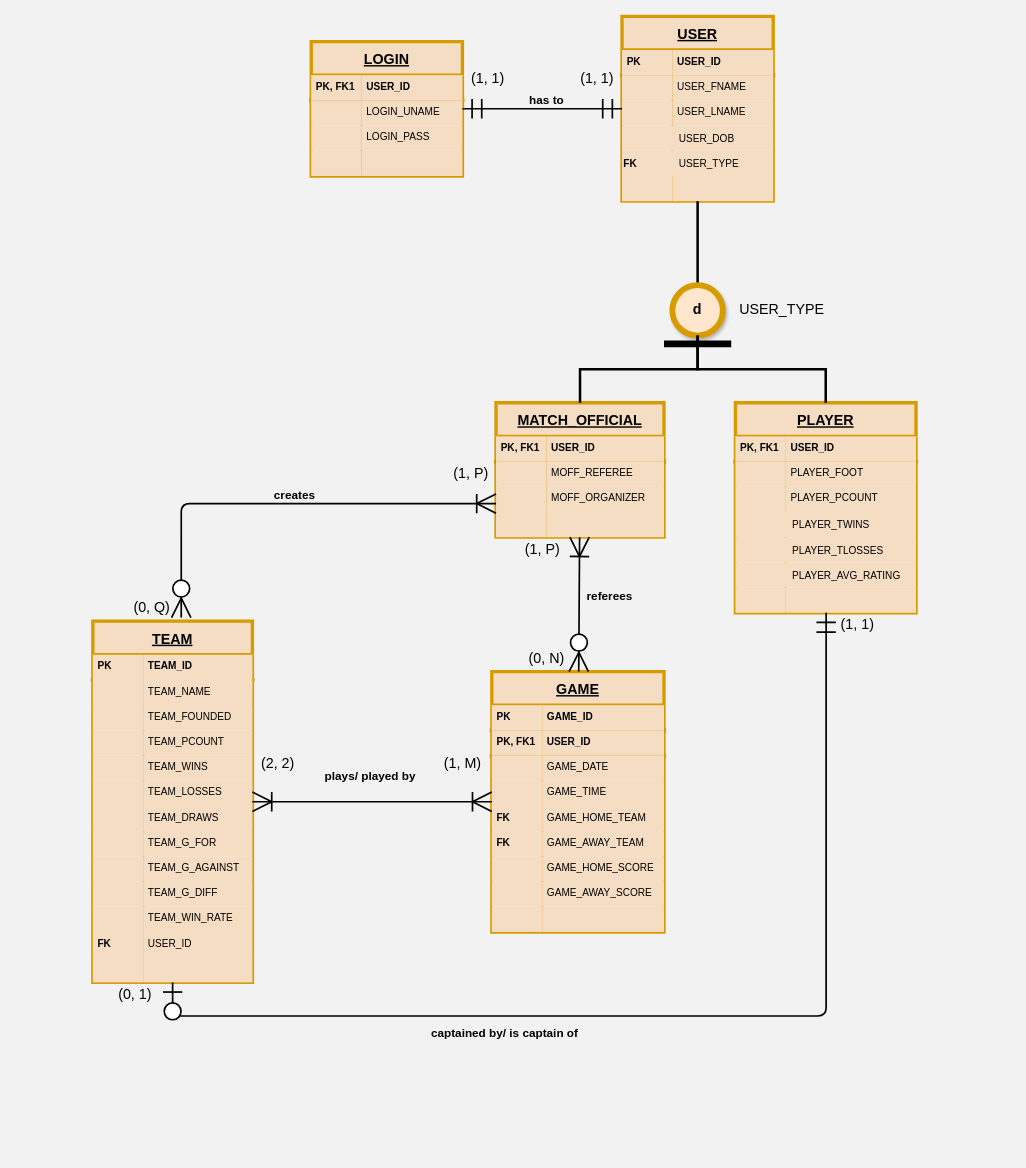
The draw.io diagram ASM ERD - 1st Draft.drawio in moose918/ASM, before the edit. Source tidied: cells renumbered, new cells numbered last; positions are measured from the earlier drawing's top-left corner, leaving out a move shared by most shapes. Both pictures are drawn from the tidied source at 84%, with x=0, y=0 at pixel (92, 16).
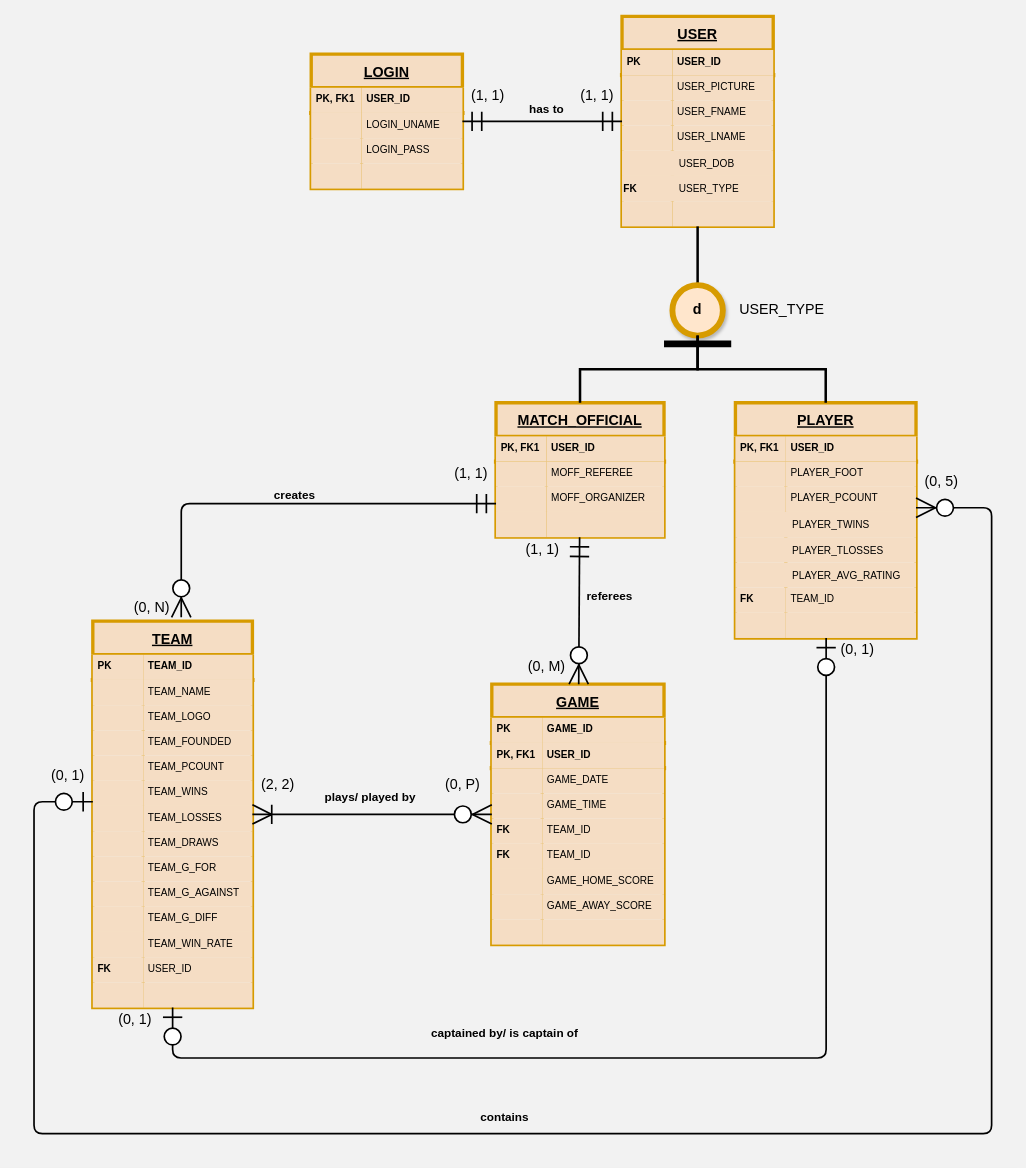
The same page after the edit.

The change refers to these unchanged cells:
```xml
<mxCell id="2" style="group;" parent="1" vertex="1">
  <mxGeometry width="980" height="1220" as="geometry" />
</mxCell>
<mxCell id="35" value="MATCH_OFFICIAL" style="shape=table;childLayout=tableLayout;rowLines=0;align=center;fontSize=17;fillColor=#F5DDC4;strokeColor=#d79b00;verticalAlign=middle;spacingLeft=4;spacingRight=4;fontStyle=5;strokeWidth=4;startSize=40;shadow=0;" parent="2" vertex="1">
  <mxGeometry x="480" y="460" width="200" height="160" as="geometry" />
</mxCell>
<mxCell id="135" style="shape=partialRectangle;fillColor=none;top=0;left=0;bottom=0;right=0;" parent="122" vertex="1">
  <mxGeometry y="160" width="205" height="30" as="geometry" />
</mxCell>
<mxCell id="138" style="shape=partialRectangle;fillColor=none;top=0;left=0;bottom=0;right=0;" parent="122" vertex="1">
  <mxGeometry y="190" width="205" height="30" as="geometry" />
</mxCell>
```

Diff of the diagram source:
```diff
@@
     <mxCell id="3" value="LOGIN" style="shape=table;childLayout=tableLayout;rowLines=0;align=center;fontSize=17;fillColor=#F5DDC4;strokeColor=#d79b00;verticalAlign=middle;spacingLeft=4;spacingRight=4;fontStyle=5;strokeWidth=4;startSize=40;shadow=0;" parent="2" vertex="1">
-      <mxGeometry x="260" y="30" width="180" height="160" as="geometry" />
+      <mxGeometry x="260" y="45" width="180" height="160" as="geometry" />
     </mxCell>
@@
     <mxCell id="16" value="USER" style="shape=table;childLayout=tableLayout;rowLines=0;align=center;fontSize=17;fillColor=#F5DDC4;strokeColor=#d79b00;verticalAlign=middle;spacingLeft=4;spacingRight=4;fontStyle=5;strokeWidth=4;startSize=40;shadow=0;" parent="2" vertex="1">
-      <mxGeometry x="630" width="180" height="220" as="geometry" />
+      <mxGeometry x="630" width="180" height="250" as="geometry" />
     </mxCell>
@@
+    <mxCell id="168" style="shape=partialRectangle;fillColor=none;top=0;left=0;bottom=0;right=0;" parent="16" vertex="1">
+      <mxGeometry y="70" width="180" height="30" as="geometry" />
+    </mxCell>
+    <mxCell id="169" style="shape=partialRectangle;fillColor=#F5DDC4;top=0;left=0;bottom=0;right=0;overflow=hidden;align=left;verticalAlign=top;strokeColor=#d79b00;spacingLeft=4;spacingRight=4;" parent="168" vertex="1">
+      <mxGeometry width="60" height="30" as="geometry" />
+    </mxCell>
+    <mxCell id="170" value="USER_PICTURE" style="shape=partialRectangle;fillColor=#F5DDC4;top=0;left=0;bottom=0;right=0;align=left;spacingLeft=4;overflow=hidden;verticalAlign=top;strokeColor=#d79b00;spacingRight=4;" parent="168" vertex="1">
+      <mxGeometry x="60" width="120" height="30" as="geometry" />
+    </mxCell>
     <mxCell id="20" style="shape=partialRectangle;fillColor=none;top=0;left=0;bottom=0;right=0;" parent="16" vertex="1">
-      <mxGeometry y="70" width="180" height="30" as="geometry" />
+      <mxGeometry y="100" width="180" height="30" as="geometry" />
     </mxCell>
@@
     <mxCell id="23" style="shape=partialRectangle;fillColor=none;top=0;left=0;bottom=0;right=0;" parent="16" vertex="1">
-      <mxGeometry y="100" width="180" height="30" as="geometry" />
+      <mxGeometry y="130" width="180" height="30" as="geometry" />
     </mxCell>
@@
     <mxCell id="26" style="shape=partialRectangle;fillColor=#F5DDC4;top=0;left=0;bottom=0;right=0;fontSize=12;strokeColor=#d79b00;align=left;fontStyle=1;verticalAlign=top;spacingLeft=4;spacingRight=4;" parent="16" vertex="1">
-      <mxGeometry y="130" width="180" height="30" as="geometry" />
+      <mxGeometry y="160" width="180" height="30" as="geometry" />
     </mxCell>
@@
     <mxCell id="29" style="shape=partialRectangle;fillColor=#F5DDC4;top=0;left=0;bottom=0;right=0;fontSize=12;strokeColor=#d79b00;align=left;fontStyle=1;verticalAlign=top;spacingLeft=4;spacingRight=4;" parent="16" vertex="1">
-      <mxGeometry y="160" width="180" height="30" as="geometry" />
+      <mxGeometry y="190" width="180" height="30" as="geometry" />
     </mxCell>
@@
     <mxCell id="32" style="shape=partialRectangle;fillColor=none;top=0;left=0;bottom=0;right=0;" parent="16" vertex="1">
-      <mxGeometry y="190" width="180" height="30" as="geometry" />
+      <mxGeometry y="220" width="180" height="30" as="geometry" />
     </mxCell>
@@
     <mxCell id="53" value="PLAYER" style="shape=table;childLayout=tableLayout;rowLines=0;align=center;fontSize=17;fillColor=#F5DDC4;strokeColor=#d79b00;verticalAlign=middle;spacingLeft=4;spacingRight=4;fontStyle=5;strokeWidth=4;startSize=40;shadow=0;" parent="2" vertex="1">
-      <mxGeometry x="765" y="460" width="215" height="250" as="geometry" />
+      <mxGeometry x="765" y="460" width="215" height="280" as="geometry" />
     </mxCell>
@@
+    <mxCell id="171" style="shape=partialRectangle;fillColor=none;top=0;left=0;bottom=0;right=0;" parent="53" vertex="1">
+      <mxGeometry y="220" width="215" height="30" as="geometry" />
+    </mxCell>
+    <mxCell id="172" value="FK" style="shape=partialRectangle;fillColor=#F5DDC4;top=0;left=0;bottom=0;right=0;overflow=hidden;align=left;verticalAlign=top;strokeColor=#d79b00;spacingLeft=4;spacingRight=4;fontStyle=1;" parent="171" vertex="1">
+      <mxGeometry width="60" height="30" as="geometry" />
+    </mxCell>
+    <mxCell id="173" value="TEAM_ID" style="shape=partialRectangle;fillColor=#F5DDC4;top=0;left=0;bottom=0;right=0;align=left;spacingLeft=4;overflow=hidden;verticalAlign=top;strokeColor=#d79b00;spacingRight=4;" parent="171" vertex="1">
+      <mxGeometry x="60" width="155" height="30" as="geometry" />
+    </mxCell>
     <mxCell id="72" style="shape=partialRectangle;fillColor=none;top=0;left=0;bottom=0;right=0;" parent="53" vertex="1">
-      <mxGeometry y="220" width="215" height="30" as="geometry" />
+      <mxGeometry y="250" width="215" height="30" as="geometry" />
     </mxCell>
@@
     <mxCell id="77" style="group;fontStyle=0;" parent="2" vertex="1">
-      <mxGeometry x="440" y="60" width="190" height="50" as="geometry" />
+      <mxGeometry x="440" y="70" width="190" height="50" as="geometry" />
     </mxCell>
     <mxCell id="78" value="(1, 1)" style="text;html=1;align=center;verticalAlign=middle;strokeColor=none;fontSize=17;" parent="77" vertex="1">
-      <mxGeometry width="60" height="30" as="geometry" />
+      <mxGeometry y="10" width="60" height="30" as="geometry" />
     </mxCell>
     <mxCell id="79" value="(1, 1)" style="text;html=1;align=center;verticalAlign=middle;strokeColor=none;fontSize=17;" parent="77" vertex="1">
-      <mxGeometry x="130" width="60" height="30" as="geometry" />
+      <mxGeometry x="130" y="10" width="60" height="30" as="geometry" />
     </mxCell>
@@
     <mxCell id="81" style="group;" parent="2" vertex="1">
-      <mxGeometry y="720" width="680" height="430" as="geometry" />
+      <mxGeometry y="720" width="680" height="460" as="geometry" />
     </mxCell>
     <mxCell id="82" value="TEAM" style="shape=table;childLayout=tableLayout;rowLines=0;align=center;fontSize=17;fillColor=#F5DDC4;strokeColor=#d79b00;verticalAlign=middle;spacingLeft=4;spacingRight=4;fontStyle=5;strokeWidth=4;startSize=40;shadow=0;" parent="81" vertex="1">
-      <mxGeometry width="190" height="430" as="geometry" />
+      <mxGeometry width="190" height="460" as="geometry" />
     </mxCell>
@@
+    <mxCell id="174" style="shape=partialRectangle;fillColor=none;top=0;left=0;bottom=0;right=0;" parent="82" vertex="1">
+      <mxGeometry y="100" width="190" height="30" as="geometry" />
+    </mxCell>
+    <mxCell id="175" style="shape=partialRectangle;fillColor=#F5DDC4;top=0;left=0;bottom=0;right=0;overflow=hidden;align=left;verticalAlign=top;strokeColor=#d79b00;spacingLeft=4;spacingRight=4;" parent="174" vertex="1">
+      <mxGeometry width="60" height="30" as="geometry" />
+    </mxCell>
+    <mxCell id="176" value="TEAM_LOGO" style="shape=partialRectangle;fillColor=#F5DDC4;top=0;left=0;bottom=0;right=0;align=left;spacingLeft=4;overflow=hidden;verticalAlign=top;strokeColor=#d79b00;spacingRight=4;" parent="174" vertex="1">
+      <mxGeometry x="60" width="130" height="30" as="geometry" />
+    </mxCell>
     <mxCell id="89" style="shape=partialRectangle;fillColor=none;top=0;left=0;bottom=0;right=0;" parent="82" vertex="1">
-      <mxGeometry y="100" width="190" height="30" as="geometry" />
+      <mxGeometry y="130" width="190" height="30" as="geometry" />
     </mxCell>
@@
     <mxCell id="92" style="shape=partialRectangle;fillColor=none;top=0;left=0;bottom=0;right=0;" parent="82" vertex="1">
-      <mxGeometry y="130" width="190" height="30" as="geometry" />
+      <mxGeometry y="160" width="190" height="30" as="geometry" />
     </mxCell>
@@
     <mxCell id="95" style="shape=partialRectangle;fillColor=none;top=0;left=0;bottom=0;right=0;" parent="82" vertex="1">
-      <mxGeometry y="160" width="190" height="30" as="geometry" />
+      <mxGeometry y="190" width="190" height="30" as="geometry" />
     </mxCell>
@@
     <mxCell id="98" style="shape=partialRectangle;fillColor=none;top=0;left=0;bottom=0;right=0;" parent="82" vertex="1">
-      <mxGeometry y="190" width="190" height="30" as="geometry" />
+      <mxGeometry y="220" width="190" height="30" as="geometry" />
     </mxCell>
@@
     <mxCell id="101" style="shape=partialRectangle;fillColor=none;top=0;left=0;bottom=0;right=0;" parent="82" vertex="1">
-      <mxGeometry y="220" width="190" height="30" as="geometry" />
+      <mxGeometry y="250" width="190" height="30" as="geometry" />
     </mxCell>
@@
     <mxCell id="104" style="shape=partialRectangle;fillColor=none;top=0;left=0;bottom=0;right=0;" parent="82" vertex="1">
-      <mxGeometry y="250" width="190" height="30" as="geometry" />
+      <mxGeometry y="280" width="190" height="30" as="geometry" />
     </mxCell>
@@
     <mxCell id="107" style="shape=partialRectangle;fillColor=none;top=0;left=0;bottom=0;right=0;" parent="82" vertex="1">
-      <mxGeometry y="280" width="190" height="30" as="geometry" />
+      <mxGeometry y="310" width="190" height="30" as="geometry" />
     </mxCell>
@@
     <mxCell id="110" style="shape=partialRectangle;fillColor=none;top=0;left=0;bottom=0;right=0;" parent="82" vertex="1">
-      <mxGeometry y="310" width="190" height="30" as="geometry" />
+      <mxGeometry y="340" width="190" height="30" as="geometry" />
     </mxCell>
@@
     <mxCell id="113" style="shape=partialRectangle;fillColor=none;top=0;left=0;bottom=0;right=0;" parent="82" vertex="1">
-      <mxGeometry y="340" width="190" height="30" as="geometry" />
+      <mxGeometry y="370" width="190" height="30" as="geometry" />
     </mxCell>
@@
     <mxCell id="116" style="shape=partialRectangle;fillColor=none;top=0;left=0;bottom=0;right=0;" parent="82" vertex="1">
-      <mxGeometry y="370" width="190" height="30" as="geometry" />
+      <mxGeometry y="400" width="190" height="30" as="geometry" />
     </mxCell>
@@
     <mxCell id="119" style="shape=partialRectangle;fillColor=none;top=0;left=0;bottom=0;right=0;" parent="82" vertex="1">
-      <mxGeometry y="400" width="190" height="30" as="geometry" />
+      <mxGeometry y="430" width="190" height="30" as="geometry" />
     </mxCell>
@@
     <mxCell id="122" value="GAME" style="shape=table;childLayout=tableLayout;rowLines=0;align=center;fontSize=17;fillColor=#F5DDC4;strokeColor=#d79b00;verticalAlign=middle;spacingLeft=4;spacingRight=4;fontStyle=5;strokeWidth=4;startSize=40;shadow=0;" parent="81" vertex="1">
-      <mxGeometry x="475" y="60" width="205" height="310" as="geometry" />
+      <mxGeometry x="475" y="75" width="205" height="310" as="geometry" />
     </mxCell>
@@
-    <mxCell id="137" value="GAME_HOME_TEAM" style="shape=partialRectangle;fillColor=#F5DDC4;top=0;left=0;bottom=0;right=0;align=left;spacingLeft=4;overflow=hidden;verticalAlign=top;strokeColor=#d79b00;spacingRight=4;" parent="135" vertex="1">
+    <mxCell id="137" value="TEAM_ID" style="shape=partialRectangle;fillColor=#F5DDC4;top=0;left=0;bottom=0;right=0;align=left;spacingLeft=4;overflow=hidden;verticalAlign=top;strokeColor=#d79b00;spacingRight=4;" parent="135" vertex="1">
       <mxGeometry x="60" width="145" height="30" as="geometry" />
     </mxCell>
@@
-    <mxCell id="140" value="GAME_AWAY_TEAM" style="shape=partialRectangle;fillColor=#F5DDC4;top=0;left=0;bottom=0;right=0;align=left;spacingLeft=4;overflow=hidden;verticalAlign=top;strokeColor=#d79b00;spacingRight=4;" parent="138" vertex="1">
+    <mxCell id="140" value="TEAM_ID" style="shape=partialRectangle;fillColor=#F5DDC4;top=0;left=0;bottom=0;right=0;align=left;spacingLeft=4;overflow=hidden;verticalAlign=top;strokeColor=#d79b00;spacingRight=4;" parent="138" vertex="1">
       <mxGeometry x="60" width="145" height="30" as="geometry" />
     </mxCell>
@@
     <mxCell id="150" style="group;" parent="81" vertex="1">
-      <mxGeometry x="190" y="155" width="280" height="40" as="geometry" />
+      <mxGeometry x="190" y="180" width="280" height="40" as="geometry" />
     </mxCell>
@@
-    <mxCell id="153" value="(1, M)" style="text;html=1;align=center;verticalAlign=middle;strokeColor=none;fontSize=17;" parent="150" vertex="1">
+    <mxCell id="153" value="(0, P)" style="text;html=1;align=center;verticalAlign=middle;strokeColor=none;fontSize=17;" parent="150" vertex="1">
       <mxGeometry x="220" width="60" height="30" as="geometry" />
     </mxCell>
-    <mxCell id="154" style="edgeStyle=entityRelationEdgeStyle;fontSize=12;html=1;endArrow=ERoneToMany;startArrow=ERoneToMany;startSize=20;endSize=20;strokeWidth=2;startFill=0;endFill=0;" parent="81" edge="1" source="82" target="122">
+    <mxCell id="154" style="edgeStyle=entityRelationEdgeStyle;fontSize=12;html=1;endArrow=ERzeroToMany;startArrow=ERoneToMany;startSize=20;endSize=20;strokeWidth=2;startFill=0;endFill=1;" parent="81" edge="1" source="82" target="122">
       <mxGeometry relative="1" as="geometry" />
     </mxCell>
-    <mxCell id="155" value="(0, N)" style="text;html=1;align=center;verticalAlign=middle;strokeColor=none;fontSize=17;" parent="81" vertex="1">
-      <mxGeometry x="510" y="30" width="60" height="30" as="geometry" />
+    <mxCell id="155" value="(0, M)" style="text;html=1;align=center;verticalAlign=middle;strokeColor=none;fontSize=17;" parent="81" vertex="1">
+      <mxGeometry x="510" y="40" width="60" height="30" as="geometry" />
     </mxCell>
-    <mxCell id="156" style="fontSize=12;html=1;endArrow=ERoneToMany;startArrow=ERzeroToMany;startSize=20;endSize=20;strokeWidth=2;startFill=1;endFill=0;" parent="2" edge="1" source="122" target="35">
+    <mxCell id="156" style="fontSize=12;html=1;endArrow=ERmandOne;startArrow=ERzeroToMany;startSize=20;endSize=20;strokeWidth=2;startFill=1;endFill=0;" parent="2" edge="1" source="122" target="35">
       <mxGeometry relative="1" as="geometry" />
     </mxCell>
-    <mxCell id="157" value="(1, P)" style="text;html=1;align=center;verticalAlign=middle;strokeColor=none;fontSize=17;" parent="2" vertex="1">
+    <mxCell id="157" value="(1, 1)" style="text;html=1;align=center;verticalAlign=middle;strokeColor=none;fontSize=17;" parent="2" vertex="1">
       <mxGeometry x="505" y="620" width="60" height="30" as="geometry" />
     </mxCell>
@@
-    <mxCell id="159" style="fontSize=12;html=1;endArrow=ERoneToMany;startArrow=ERzeroToMany;startSize=20;endSize=20;strokeWidth=2;startFill=1;exitX=0.554;exitY=-0.01;exitDx=0;exitDy=0;exitPerimeter=0;endFill=0;edgeStyle=orthogonalEdgeStyle;" parent="2" edge="1" source="82" target="35">
+    <mxCell id="159" style="fontSize=12;html=1;endArrow=ERmandOne;startArrow=ERzeroToMany;startSize=20;endSize=20;strokeWidth=2;startFill=1;exitX=0.554;exitY=-0.01;exitDx=0;exitDy=0;exitPerimeter=0;endFill=0;edgeStyle=orthogonalEdgeStyle;" parent="2" edge="1" source="82" target="35">
       <mxGeometry relative="1" as="geometry">
         <Array as="points">
           <mxPoint x="105" y="580" />
         </Array>
       </mxGeometry>
     </mxCell>
-    <mxCell id="160" value="(1, P)" style="text;html=1;align=center;verticalAlign=middle;strokeColor=none;fontSize=17;" parent="2" vertex="1">
+    <mxCell id="160" value="(1, 1)" style="text;html=1;align=center;verticalAlign=middle;strokeColor=none;fontSize=17;" parent="2" vertex="1">
       <mxGeometry x="420" y="530" width="60" height="30" as="geometry" />
     </mxCell>
-    <mxCell id="161" value="(0, Q)" style="text;html=1;align=center;verticalAlign=middle;strokeColor=none;fontSize=17;" parent="2" vertex="1">
+    <mxCell id="161" value="(0, N)" style="text;html=1;align=center;verticalAlign=middle;strokeColor=none;fontSize=17;" parent="2" vertex="1">
       <mxGeometry x="40" y="690" width="60" height="30" as="geometry" />
     </mxCell>
@@
-    <mxCell id="163" style="fontSize=12;html=1;endArrow=ERmandOne;startArrow=ERzeroToOne;startSize=20;endSize=20;strokeWidth=2;startFill=1;endFill=0;edgeStyle=orthogonalEdgeStyle;" parent="2" edge="1" source="82" target="53">
+    <mxCell id="163" style="fontSize=12;html=1;endArrow=ERzeroToOne;startArrow=ERzeroToOne;startSize=20;endSize=20;strokeWidth=2;startFill=1;endFill=1;edgeStyle=orthogonalEdgeStyle;" parent="2" edge="1" source="82" target="53">
       <mxGeometry relative="1" as="geometry">
         <Array as="points">
-          <mxPoint x="95" y="1190" />
-          <mxPoint x="873" y="1190" />
+          <mxPoint x="95" y="1240" />
+          <mxPoint x="873" y="1240" />
         </Array>
       </mxGeometry>
     </mxCell>
@@
-    <mxCell id="165" value="(1, 1)" style="text;html=1;align=center;verticalAlign=middle;strokeColor=none;fontSize=17;" parent="2" vertex="1">
-      <mxGeometry x="880" y="710" width="60" height="30" as="geometry" />
+    <mxCell id="165" value="(0, 1)" style="text;html=1;align=center;verticalAlign=middle;strokeColor=none;fontSize=17;" parent="2" vertex="1">
+      <mxGeometry x="880" y="740" width="60" height="30" as="geometry" />
     </mxCell>
     <mxCell id="166" value="(0, 1)" style="text;html=1;align=center;verticalAlign=middle;strokeColor=none;fontSize=17;" parent="2" vertex="1">
-      <mxGeometry x="20" y="1150" width="60" height="30" as="geometry" />
+      <mxGeometry x="20" y="1180" width="60" height="30" as="geometry" />
     </mxCell>
@@
+    <mxCell id="177" style="fontSize=12;html=1;endArrow=ERzeroToOne;startArrow=ERzeroToMany;startSize=20;endSize=20;strokeWidth=2;startFill=1;endFill=1;edgeStyle=orthogonalEdgeStyle;" parent="2" edge="1" source="53" target="82">
+      <mxGeometry relative="1" as="geometry">
+        <Array as="points">
+          <mxPoint x="1070" y="585" />
+          <mxPoint x="1070" y="1330" />
+          <mxPoint x="-70" y="1330" />
+          <mxPoint x="-70" y="935" />
+        </Array>
+      </mxGeometry>
+    </mxCell>
+    <mxCell id="178" value="(0, 1)" style="text;html=1;align=center;verticalAlign=middle;strokeColor=none;fontSize=17;" parent="1" vertex="1">
+      <mxGeometry x="-60" y="890" width="60" height="30" as="geometry" />
+    </mxCell>
+    <mxCell id="179" value="(0, 5)" style="text;html=1;align=center;verticalAlign=middle;strokeColor=none;fontSize=17;" parent="1" vertex="1">
+      <mxGeometry x="980" y="540" width="60" height="30" as="geometry" />
+    </mxCell>
+    <mxCell id="180" value="contains" style="text;html=1;align=center;verticalAlign=middle;strokeColor=none;fontSize=14;fontStyle=1;" parent="1" vertex="1">
+      <mxGeometry x="455" y="1300" width="70" height="20" as="geometry" />
+    </mxCell>
```
